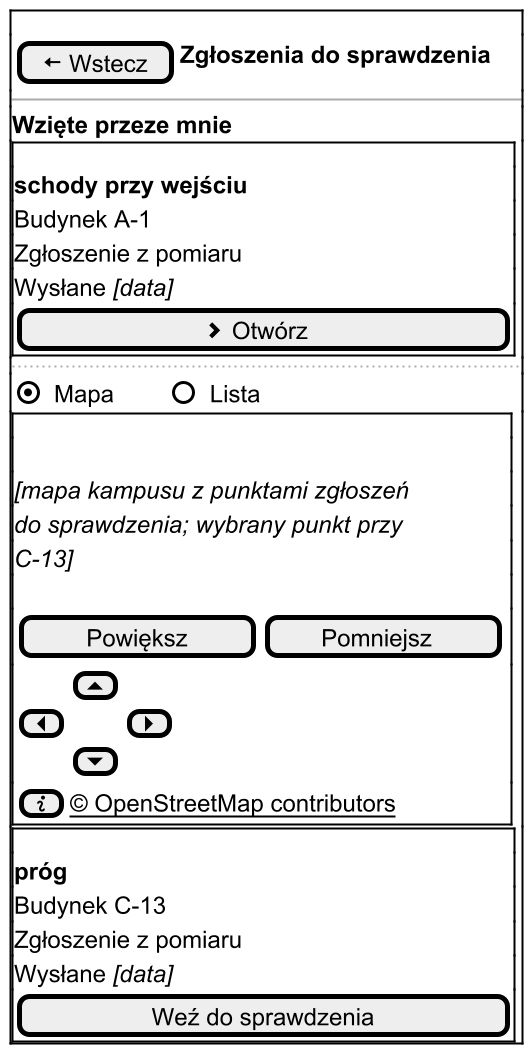
This is docs/docs/_generated/m-r1-kolejka-weryfikacji-mapa.png from dostepny-kampus/dostepny-kampus, a PlantUML export, as it was before one commit.
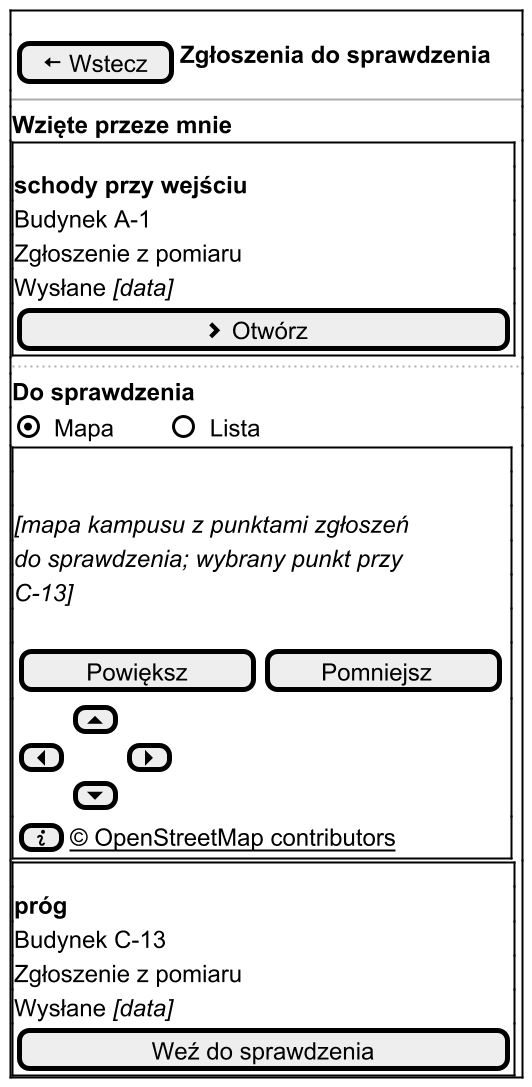
Later version of the same file.

Diff of the diagram source:
```diff
@@ -14,6 +14,7 @@
 $przycisk("Otwórz", "chevron-right")
 }
 ..
+<b>Do sprawdzenia</b>
 $przelacznik("Mapa", "Lista", 1)
 $mapa("mapa kampusu z punktami zgłoszeń do sprawdzenia; wybrany punkt przy C-13", "", "info")
 $ramka()
```
